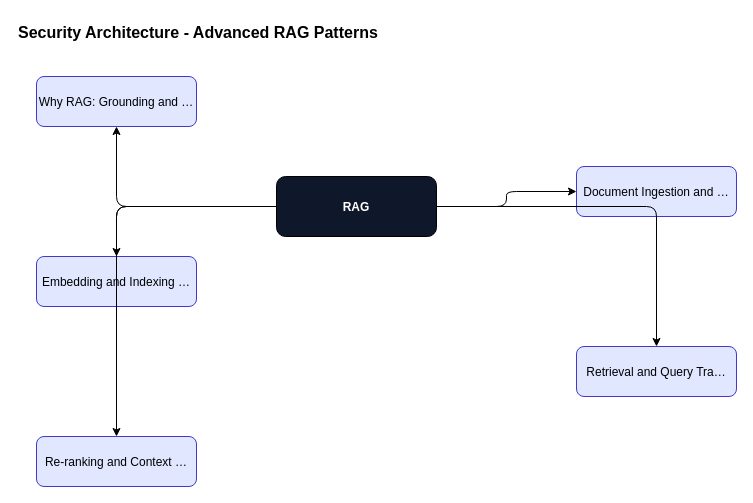
Before: content/rag/rag-foundations/diagrams/fig-010-security-architecture.drawio in ankit05121980/AI-University, a draw.io diagram. Source tidied: cells renumbered, new cells numbered last; positions are measured from the earlier drawing's top-left corner, leaving out a move shared by most shapes. Both pictures are drawn from the tidied source at 100%, with x=0, y=0 at pixel (16, 16).
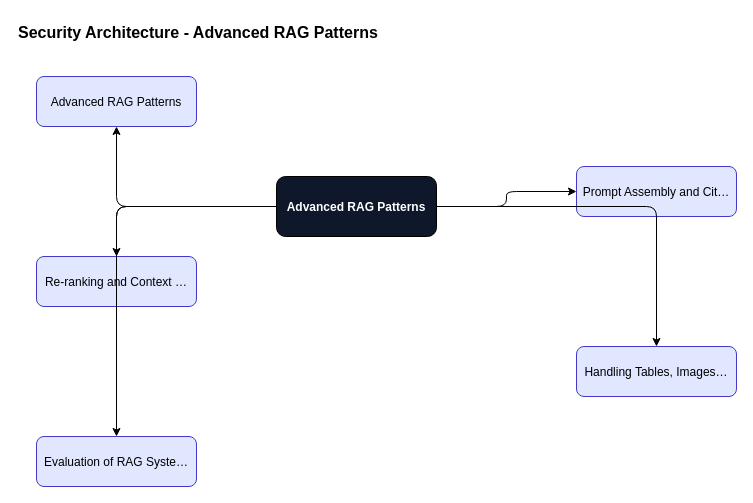
The same diagram, later.

Change to the diagram source:
```diff
@@
 <mxGraphModel>
   <root>
     <mxCell id="0" />
     <mxCell id="1" parent="0" />
     <mxCell id="2" value="Security Architecture - Advanced RAG Patterns" style="text;fontSize=16;fontStyle=1;" parent="1" vertex="1">
       <mxGeometry width="600" height="30" as="geometry" />
     </mxCell>
-    <mxCell id="3" value="RAG" style="rounded=1;fillColor=#0f172a;fontColor=#ffffff;fontStyle=1;" parent="1" vertex="1">
+    <mxCell id="3" value="Advanced RAG Patterns" style="rounded=1;fillColor=#0f172a;fontColor=#ffffff;fontStyle=1;" parent="1" vertex="1">
       <mxGeometry x="260" y="160" width="160" height="60" as="geometry" />
     </mxCell>
-    <mxCell id="4" value="Why RAG: Grounding and …" style="rounded=1;fillColor=#e0e7ff;strokeColor=#4338ca;" parent="1" vertex="1">
+    <mxCell id="4" value="Advanced RAG Patterns" style="rounded=1;fillColor=#e0e7ff;strokeColor=#4338ca;" parent="1" vertex="1">
       <mxGeometry x="20" y="60" width="160" height="50" as="geometry" />
     </mxCell>
     <mxCell id="5" style="edgeStyle=orthogonalEdgeStyle;" parent="1" edge="1" source="3" target="4">
       <mxGeometry relative="1" as="geometry" />
     </mxCell>
-    <mxCell id="6" value="Document Ingestion and …" style="rounded=1;fillColor=#e0e7ff;strokeColor=#4338ca;" parent="1" vertex="1">
+    <mxCell id="6" value="Prompt Assembly and Cit…" style="rounded=1;fillColor=#e0e7ff;strokeColor=#4338ca;" parent="1" vertex="1">
       <mxGeometry x="560" y="150" width="160" height="50" as="geometry" />
     </mxCell>
     <mxCell id="7" style="edgeStyle=orthogonalEdgeStyle;" parent="1" edge="1" source="3" target="6">
       <mxGeometry relative="1" as="geometry" />
     </mxCell>
-    <mxCell id="8" value="Embedding and Indexing …" style="rounded=1;fillColor=#e0e7ff;strokeColor=#4338ca;" parent="1" vertex="1">
+    <mxCell id="8" value="Re-ranking and Context …" style="rounded=1;fillColor=#e0e7ff;strokeColor=#4338ca;" parent="1" vertex="1">
       <mxGeometry x="20" y="240" width="160" height="50" as="geometry" />
     </mxCell>
     <mxCell id="9" style="edgeStyle=orthogonalEdgeStyle;" parent="1" edge="1" source="3" target="8">
       <mxGeometry relative="1" as="geometry" />
     </mxCell>
-    <mxCell id="10" value="Retrieval and Query Tra…" style="rounded=1;fillColor=#e0e7ff;strokeColor=#4338ca;" parent="1" vertex="1">
+    <mxCell id="10" value="Handling Tables, Images…" style="rounded=1;fillColor=#e0e7ff;strokeColor=#4338ca;" parent="1" vertex="1">
       <mxGeometry x="560" y="330" width="160" height="50" as="geometry" />
     </mxCell>
     <mxCell id="11" style="edgeStyle=orthogonalEdgeStyle;" parent="1" edge="1" source="3" target="10">
       <mxGeometry relative="1" as="geometry" />
     </mxCell>
-    <mxCell id="12" value="Re-ranking and Context …" style="rounded=1;fillColor=#e0e7ff;strokeColor=#4338ca;" parent="1" vertex="1">
+    <mxCell id="12" value="Evaluation of RAG Syste…" style="rounded=1;fillColor=#e0e7ff;strokeColor=#4338ca;" parent="1" vertex="1">
       <mxGeometry x="20" y="420" width="160" height="50" as="geometry" />
     </mxCell>
     <mxCell id="13" style="edgeStyle=orthogonalEdgeStyle;" parent="1" edge="1" source="3" target="12">
       <mxGeometry relative="1" as="geometry" />
     </mxCell>
   </root>
 </mxGraphModel>
```
